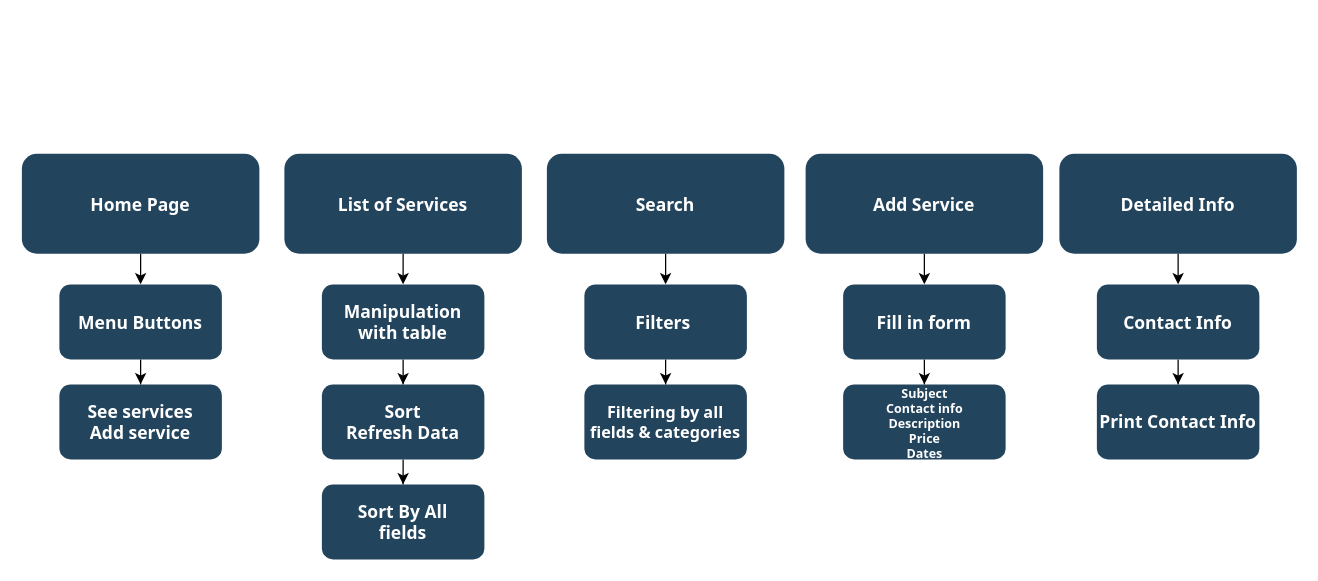
Above: Untitled Diagram.drawio in StanislavRa/group_A_Helppy (draw.io), before the change. Source tidied: cells renumbered, new cells numbered last; positions are measured from the earlier drawing's top-left corner, leaving out a move shared by most shapes. Both pictures are drawn from the tidied source at 125%, with x=0, y=0 at pixel (21, 154).
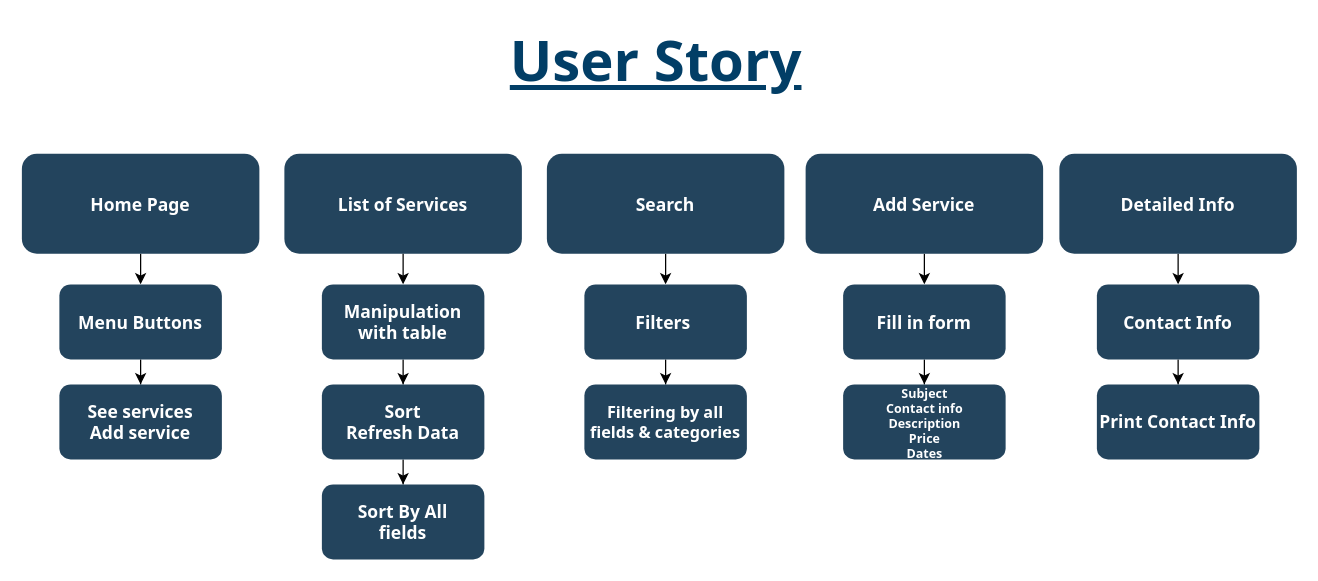
Above is the later version.

Diff of the diagram source:
```diff
@@
+    <mxCell id="29" value="User Story" style="text;html=1;align=center;verticalAlign=middle;fillColor=none;strokeColor=none;rounded=0;fontSize=45;fontStyle=5;fontFamily=Tahoma;fontColor=#023E66;labelBackgroundColor=#ffffff;" parent="1" vertex="1">
+      <mxGeometry x="382" y="-106" width="250" height="60" as="geometry" />
+    </mxCell>
```
